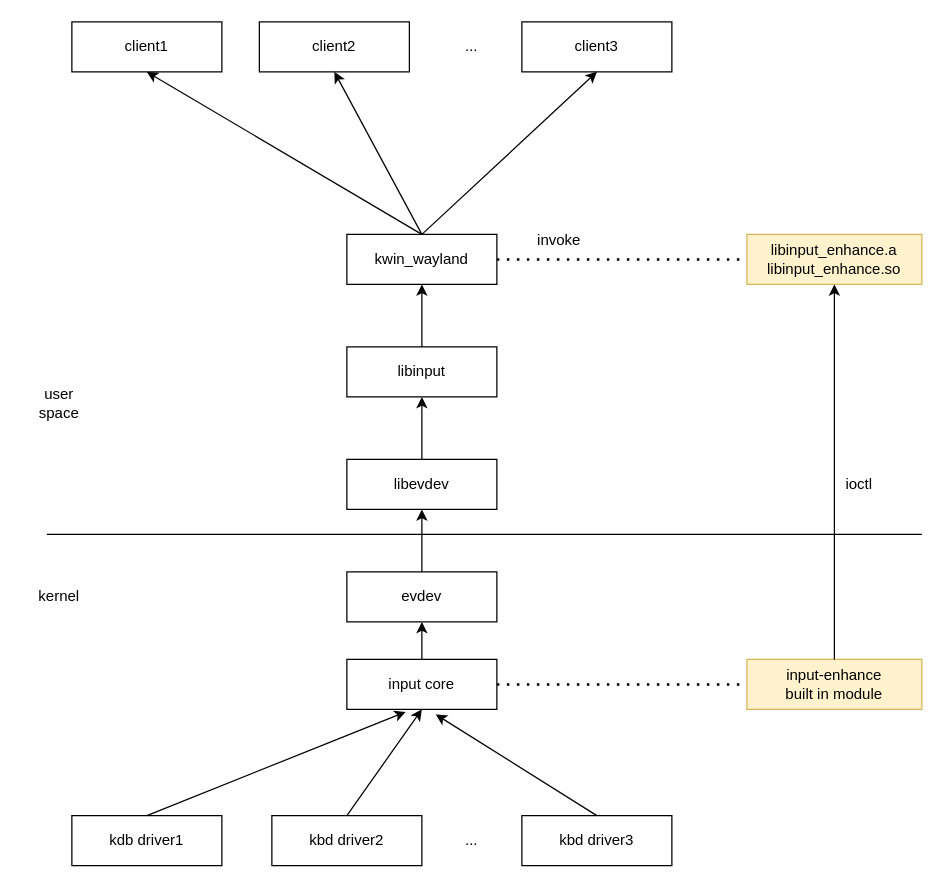
Above: input_enhance2.drawio in Allinaent/share (draw.io), before the change. Source tidied: cells renumbered, new cells numbered last; positions are measured from the earlier drawing's top-left corner, leaving out a move shared by most shapes. Both pictures are drawn from the tidied source at 125%, with x=0, y=0 at pixel (21, 21).
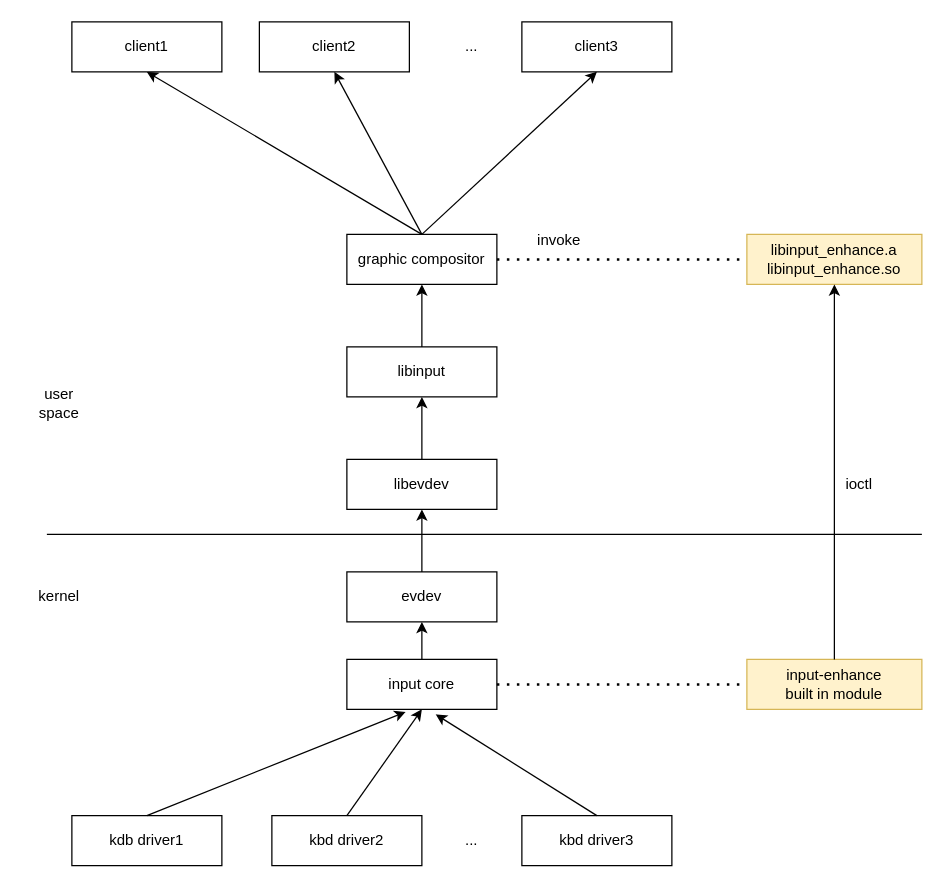
After the change.

Change to the diagram source:
```diff
@@
-    <mxCell id="8" value="kwin_wayland" style="rounded=0;whiteSpace=wrap;html=1;" parent="1" vertex="1">
+    <mxCell id="8" value="graphic compositor" style="rounded=0;whiteSpace=wrap;html=1;" parent="1" vertex="1">
       <mxGeometry x="260" y="170" width="120" height="40" as="geometry" />
     </mxCell>
```
